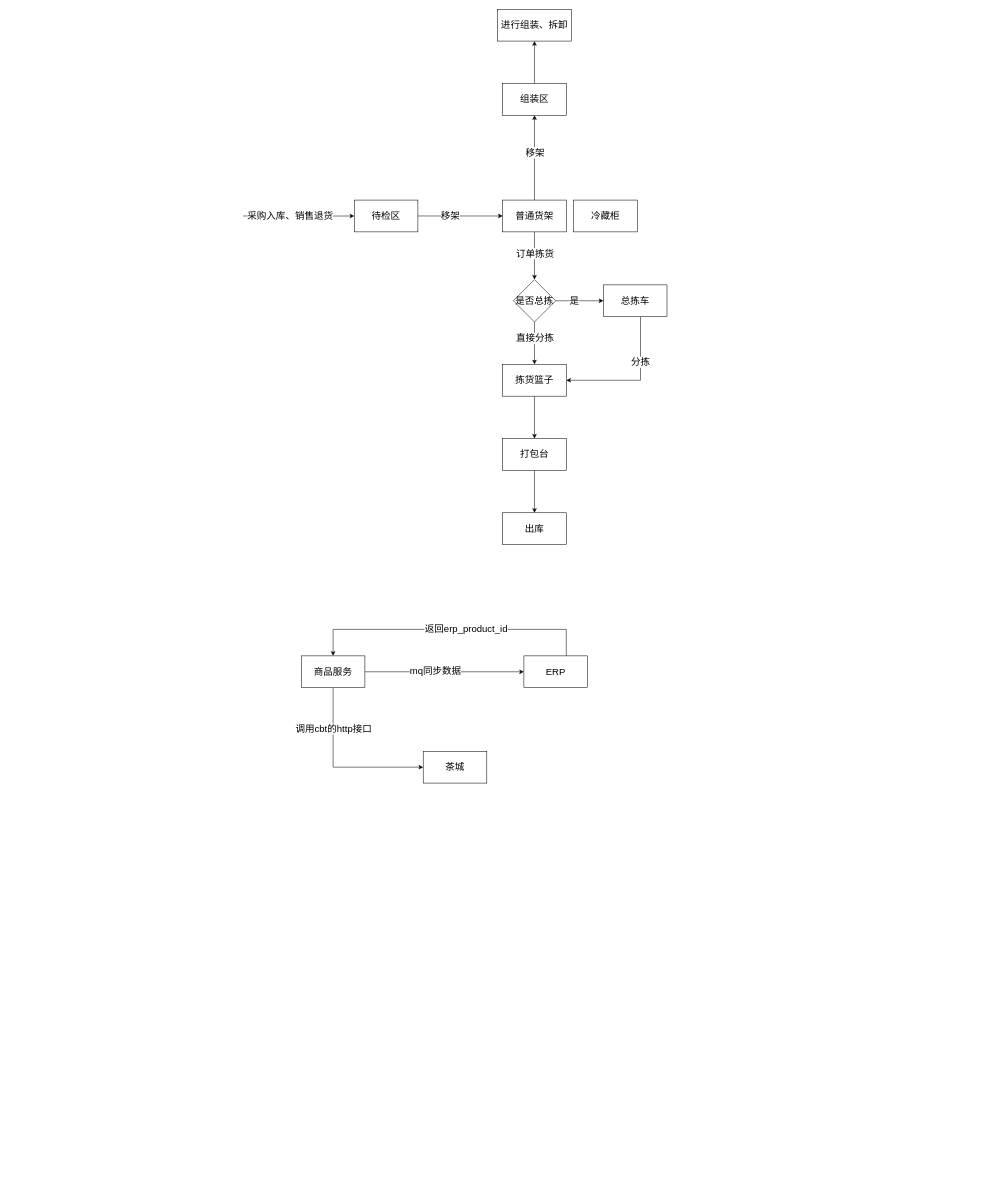
The draw.io diagram ERP商品储位变化.drawio in linbingxing/mind, before the edit. Source tidied: cells renumbered, new cells numbered last; positions are measured from the earlier drawing's top-left corner, leaving out a move shared by most shapes. Both pictures are drawn from the tidied source at 53%, with x=0, y=0 at pixel (243, 9).
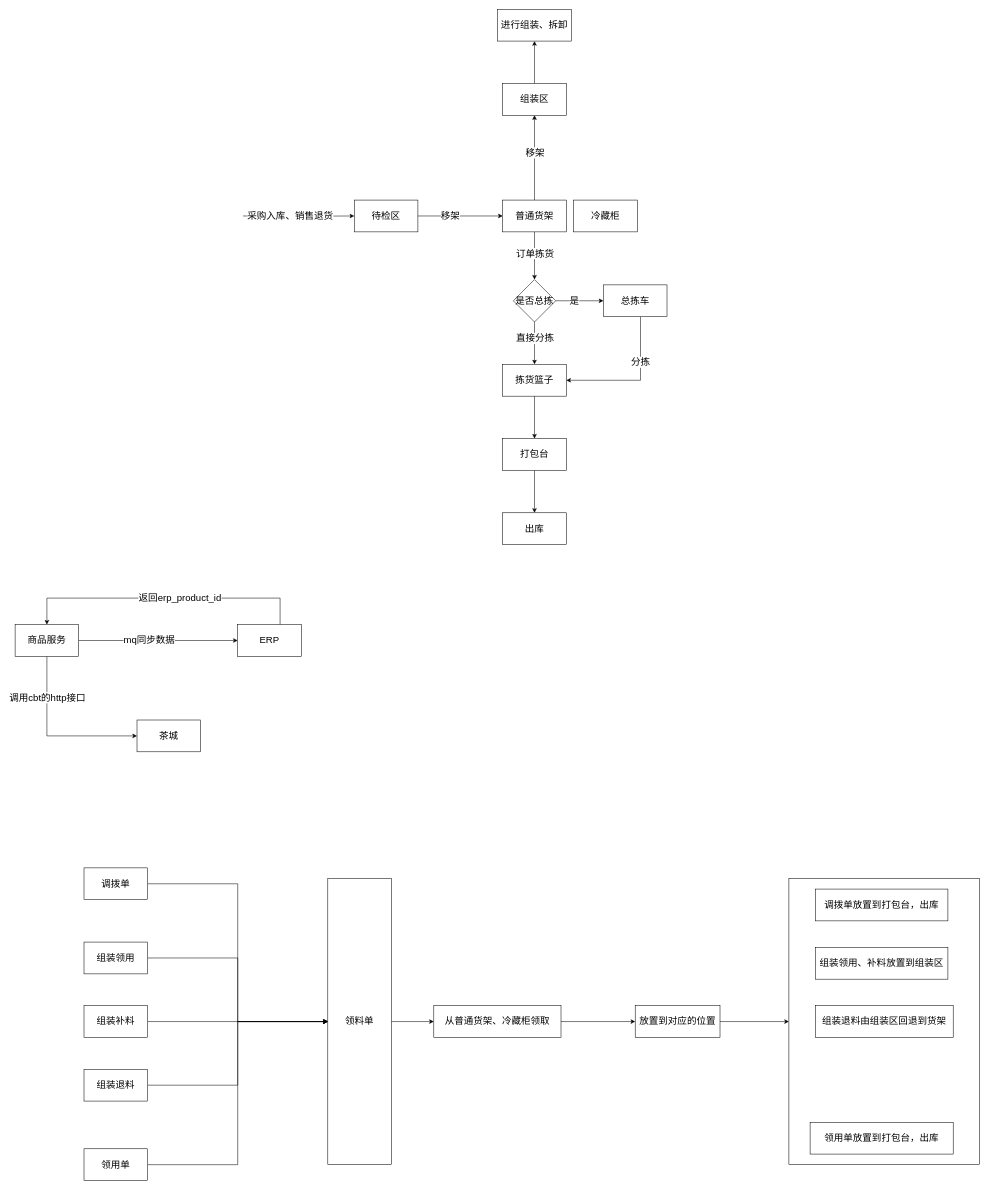
After the change.

Commit message:
更新ERP商品储位变化.drawio

Change to the diagram source:
```diff
@@
     <mxCell id="31" style="edgeStyle=orthogonalEdgeStyle;rounded=0;jettySize=auto;html=1;entryX=0;entryY=0.5;entryDx=0;entryDy=0;fontSize=18;" parent="1" edge="1" source="33" target="37">
       <mxGeometry relative="1" as="geometry">
         <Array as="points">
-          <mxPoint x="170" y="1430" />
+          <mxPoint x="-370" y="1371" />
         </Array>
       </mxGeometry>
     </mxCell>
@@
     <mxCell id="33" value="商品服务" style="rounded=0;whiteSpace=wrap;html=1;fontSize=18;" parent="1" vertex="1">
-      <mxGeometry x="110" y="1220" width="120" height="60" as="geometry" />
+      <mxGeometry x="-430" y="1161" width="120" height="60" as="geometry" />
     </mxCell>
     <mxCell id="34" style="edgeStyle=orthogonalEdgeStyle;rounded=0;jettySize=auto;html=1;entryX=0.5;entryY=0;entryDx=0;entryDy=0;fontSize=18;" parent="1" edge="1" source="36" target="33">
       <mxGeometry relative="1" as="geometry">
         <Array as="points">
-          <mxPoint x="610" y="1170" />
-          <mxPoint x="170" y="1170" />
+          <mxPoint x="70" y="1111" />
+          <mxPoint x="-370" y="1111" />
         </Array>
       </mxGeometry>
     </mxCell>
@@
     <mxCell id="36" value="ERP" style="rounded=0;whiteSpace=wrap;html=1;fontSize=18;" parent="1" vertex="1">
-      <mxGeometry x="530" y="1220" width="120" height="60" as="geometry" />
+      <mxGeometry x="-10" y="1161" width="120" height="60" as="geometry" />
     </mxCell>
     <mxCell id="37" value="茶城" style="rounded=0;whiteSpace=wrap;html=1;fontSize=18;" parent="1" vertex="1">
-      <mxGeometry x="340" y="1400" width="120" height="60" as="geometry" />
+      <mxGeometry x="-200" y="1341" width="120" height="60" as="geometry" />
     </mxCell>
+    <mxCell id="38" style="edgeStyle=orthogonalEdgeStyle;rounded=0;jettySize=auto;html=1;fontSize=18;" parent="1" edge="1" source="39" target="51">
+      <mxGeometry relative="1" as="geometry" />
+    </mxCell>
+    <mxCell id="39" value="领料单" style="rounded=0;whiteSpace=wrap;html=1;fontSize=18;" parent="1" vertex="1">
+      <mxGeometry x="160" y="1640" width="120" height="540" as="geometry" />
+    </mxCell>
+    <mxCell id="40" style="edgeStyle=orthogonalEdgeStyle;rounded=0;jettySize=auto;html=1;entryX=0;entryY=0.5;entryDx=0;entryDy=0;fontSize=18;" parent="1" edge="1" source="41" target="39">
+      <mxGeometry relative="1" as="geometry" />
+    </mxCell>
+    <mxCell id="41" value="调拨单" style="rounded=0;whiteSpace=wrap;html=1;fontSize=18;" parent="1" vertex="1">
+      <mxGeometry x="-300" y="1620" width="120" height="60" as="geometry" />
+    </mxCell>
+    <mxCell id="42" style="edgeStyle=orthogonalEdgeStyle;rounded=0;jettySize=auto;html=1;entryX=0;entryY=0.5;entryDx=0;entryDy=0;fontSize=18;" parent="1" edge="1" source="43" target="39">
+      <mxGeometry relative="1" as="geometry" />
+    </mxCell>
+    <mxCell id="43" value="组装领用" style="rounded=0;whiteSpace=wrap;html=1;fontSize=18;" parent="1" vertex="1">
+      <mxGeometry x="-300" y="1760" width="120" height="60" as="geometry" />
+    </mxCell>
+    <mxCell id="44" style="edgeStyle=orthogonalEdgeStyle;rounded=0;jettySize=auto;html=1;entryX=0;entryY=0.5;entryDx=0;entryDy=0;fontSize=18;" parent="1" edge="1" source="45" target="39">
+      <mxGeometry relative="1" as="geometry" />
+    </mxCell>
+    <mxCell id="45" value="组装补料" style="rounded=0;whiteSpace=wrap;html=1;fontSize=18;" parent="1" vertex="1">
+      <mxGeometry x="-300" y="1880" width="120" height="60" as="geometry" />
+    </mxCell>
+    <mxCell id="46" style="edgeStyle=orthogonalEdgeStyle;rounded=0;jettySize=auto;html=1;entryX=0;entryY=0.5;entryDx=0;entryDy=0;fontSize=18;" parent="1" edge="1" source="47" target="39">
+      <mxGeometry relative="1" as="geometry" />
+    </mxCell>
+    <mxCell id="47" value="组装退料" style="rounded=0;whiteSpace=wrap;html=1;fontSize=18;" parent="1" vertex="1">
+      <mxGeometry x="-300" y="2000" width="120" height="60" as="geometry" />
+    </mxCell>
+    <mxCell id="48" style="edgeStyle=orthogonalEdgeStyle;rounded=0;jettySize=auto;html=1;entryX=0;entryY=0.5;entryDx=0;entryDy=0;fontSize=18;" parent="1" edge="1" source="49" target="39">
+      <mxGeometry relative="1" as="geometry" />
+    </mxCell>
+    <mxCell id="49" value="领用单" style="rounded=0;whiteSpace=wrap;html=1;fontSize=18;" parent="1" vertex="1">
+      <mxGeometry x="-300" y="2150" width="120" height="60" as="geometry" />
+    </mxCell>
+    <mxCell id="50" style="edgeStyle=orthogonalEdgeStyle;rounded=0;jettySize=auto;html=1;fontSize=18;" parent="1" edge="1" source="51" target="53">
+      <mxGeometry relative="1" as="geometry" />
+    </mxCell>
+    <mxCell id="51" value="从普通货架、冷藏柜领取" style="whiteSpace=wrap;html=1;fontSize=18;rounded=0;" parent="1" vertex="1">
+      <mxGeometry x="360" y="1880" width="240" height="60" as="geometry" />
+    </mxCell>
+    <mxCell id="52" style="edgeStyle=orthogonalEdgeStyle;rounded=0;jettySize=auto;html=1;entryX=0;entryY=0.5;entryDx=0;entryDy=0;fontSize=18;" parent="1" edge="1" source="53" target="54">
+      <mxGeometry relative="1" as="geometry" />
+    </mxCell>
+    <mxCell id="53" value="放置到对应的位置" style="whiteSpace=wrap;html=1;fontSize=18;rounded=0;" parent="1" vertex="1">
+      <mxGeometry x="740" y="1880" width="160" height="60" as="geometry" />
+    </mxCell>
+    <mxCell id="54" style="rounded=0;whiteSpace=wrap;html=1;fontSize=18;" parent="1" vertex="1">
+      <mxGeometry x="1030" y="1640" width="360" height="540" as="geometry" />
+    </mxCell>
+    <mxCell id="55" value="领用单放置到打包台，出库" style="rounded=0;whiteSpace=wrap;html=1;fontSize=18;" parent="1" vertex="1">
+      <mxGeometry x="1070" y="2100" width="270" height="60" as="geometry" />
+    </mxCell>
+    <mxCell id="56" value="调拨单放置到打包台，出库" style="rounded=0;whiteSpace=wrap;html=1;fontSize=18;" parent="1" vertex="1">
+      <mxGeometry x="1080" y="1660" width="250" height="60" as="geometry" />
+    </mxCell>
+    <mxCell id="57" value="组装领用、补料放置到组装区" style="rounded=0;whiteSpace=wrap;html=1;fontSize=18;" parent="1" vertex="1">
+      <mxGeometry x="1080" y="1770" width="250" height="60" as="geometry" />
+    </mxCell>
+    <mxCell id="58" value="组装退料由组装区回退到货架" style="rounded=0;whiteSpace=wrap;html=1;fontSize=18;" parent="1" vertex="1">
+      <mxGeometry x="1080" y="1880" width="260" height="60" as="geometry" />
+    </mxCell>
```
